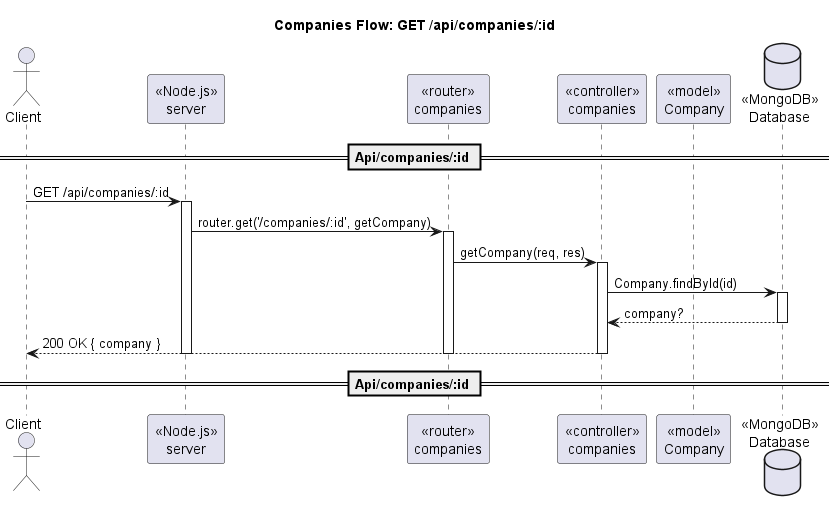
Before: out/docs/diagram/sequence/seq_companies_id_get.png, a diagram exported from PlantUML (098ff/ArtmaybeDEV).
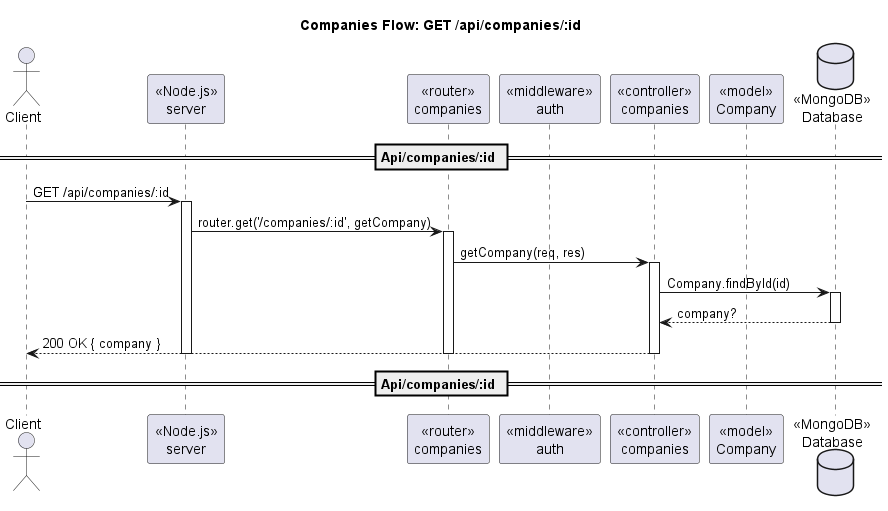
After the commit.

The edit, as a diff of the source:
```diff
@@ -3,6 +3,7 @@
 actor Client
 participant "«Node.js»\nserver" as Server
 participant "«router»\ncompanies" as Router
+participant "«middleware»\nauth" as AuthMW
 participant "«controller»\ncompanies" as Ctrl
 participant "«model»\nCompany" as CompanyModel
 database "«MongoDB»\nDatabase" as DB
```
